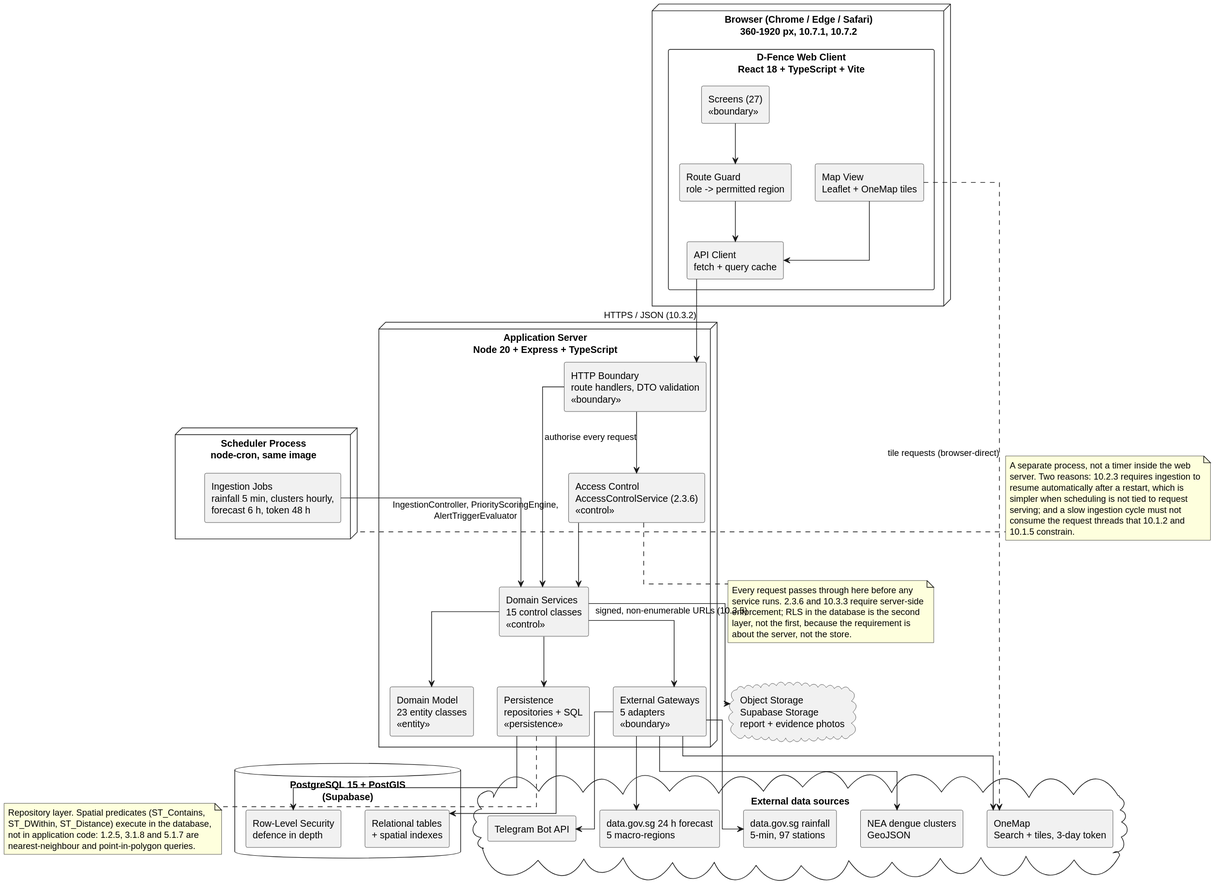
This is lab3/D-Fence-Architecture.svg from whyk47/D-Fence, a PlantUML export, as it was before one commit. The source it was exported from:
```plantuml
@startuml

skinparam shadowing false
skinparam componentStyle rectangle
skinparam linetype ortho

node "Browser (Chrome / Edge / Safari)\n360-1920 px, 10.7.1, 10.7.2" as Browser {
  component "D-Fence Web Client\nReact 18 + TypeScript + Vite" as Client {
    component "Screens (27)\n<<boundary>>" as Screens
    component "Route Guard\nrole -> permitted region" as Guard
    component "API Client\nfetch + query cache" as ApiClient
    component "Map View\nLeaflet + OneMap tiles" as MapView
  }
}

node "Application Server\nNode 20 + Express + TypeScript" as AppServer {
  component "HTTP Boundary\nroute handlers, DTO validation\n<<boundary>>" as Routes
  component "Access Control\nAccessControlService (2.3.6)\n<<control>>" as AC
  component "Domain Services\n15 control classes\n<<control>>" as Services
  component "Domain Model\n23 entity classes\n<<entity>>" as Domain
  component "Persistence\nrepositories + SQL\n<<persistence>>" as Persistence
  component "External Gateways\n5 adapters\n<<boundary>>" as Gateways
}

node "Scheduler Process\nnode-cron, same image" as Scheduler {
  component "Ingestion Jobs\nrainfall 5 min, clusters hourly,\nforecast 6 h, token 48 h" as Jobs
}

database "PostgreSQL 15 + PostGIS\n(Supabase)" as DB {
  component "Relational tables\n+ spatial indexes" as Tables
  component "Row-Level Security\ndefence in depth" as RLS
}

cloud "Object Storage\nSupabase Storage\nreport + evidence photos" as Storage

cloud "External data sources" as External {
  component "NEA dengue clusters\nGeoJSON" as NEA
  component "data.gov.sg rainfall\n5-min, 97 stations" as Rain
  component "data.gov.sg 24 h forecast\n5 macro-regions" as Forecast
  component "OneMap\nSearch + tiles, 3-day token" as OneMap
  component "Telegram Bot API" as Telegram
}

Screens --> Guard
Guard --> ApiClient
MapView --> ApiClient
ApiClient --> Routes : HTTPS / JSON (10.3.2)
MapView ..> OneMap : tile requests (browser-direct)

Routes --> AC : authorise every request
AC --> Services
Routes --> Services
Services --> Domain
Services --> Persistence
Persistence --> Tables
Persistence --> RLS
Services --> Gateways
Services --> Storage : signed, non-enumerable URLs (10.3.5)

Jobs --> Services : IngestionController, PriorityScoringEngine,\nAlertTriggerEvaluator
Gateways --> NEA
Gateways --> Rain
Gateways --> Forecast
Gateways --> OneMap
Gateways --> Telegram

note right of Scheduler
  A separate process, not a timer inside the web
  server. Two reasons: 10.2.3 requires ingestion to
  resume automatically after a restart, which is
  simpler when scheduling is not tied to request
  serving; and a slow ingestion cycle must not
  consume the request threads that 10.1.2 and
  10.1.5 constrain.
end note

note bottom of AC
  Every request passes through here before any
  service runs. 2.3.6 and 10.3.3 require server-side
  enforcement; RLS in the database is the second
  layer, not the first, because the requirement is
  about the server, not the store.
end note

note bottom of Persistence
  Repository layer. Spatial predicates (ST_Contains,
  ST_DWithin, ST_Distance) execute in the database,
  not in application code: 1.2.5, 3.1.8 and 5.1.7 are
  nearest-neighbour and point-in-polygon queries.
end note
@enduml
```
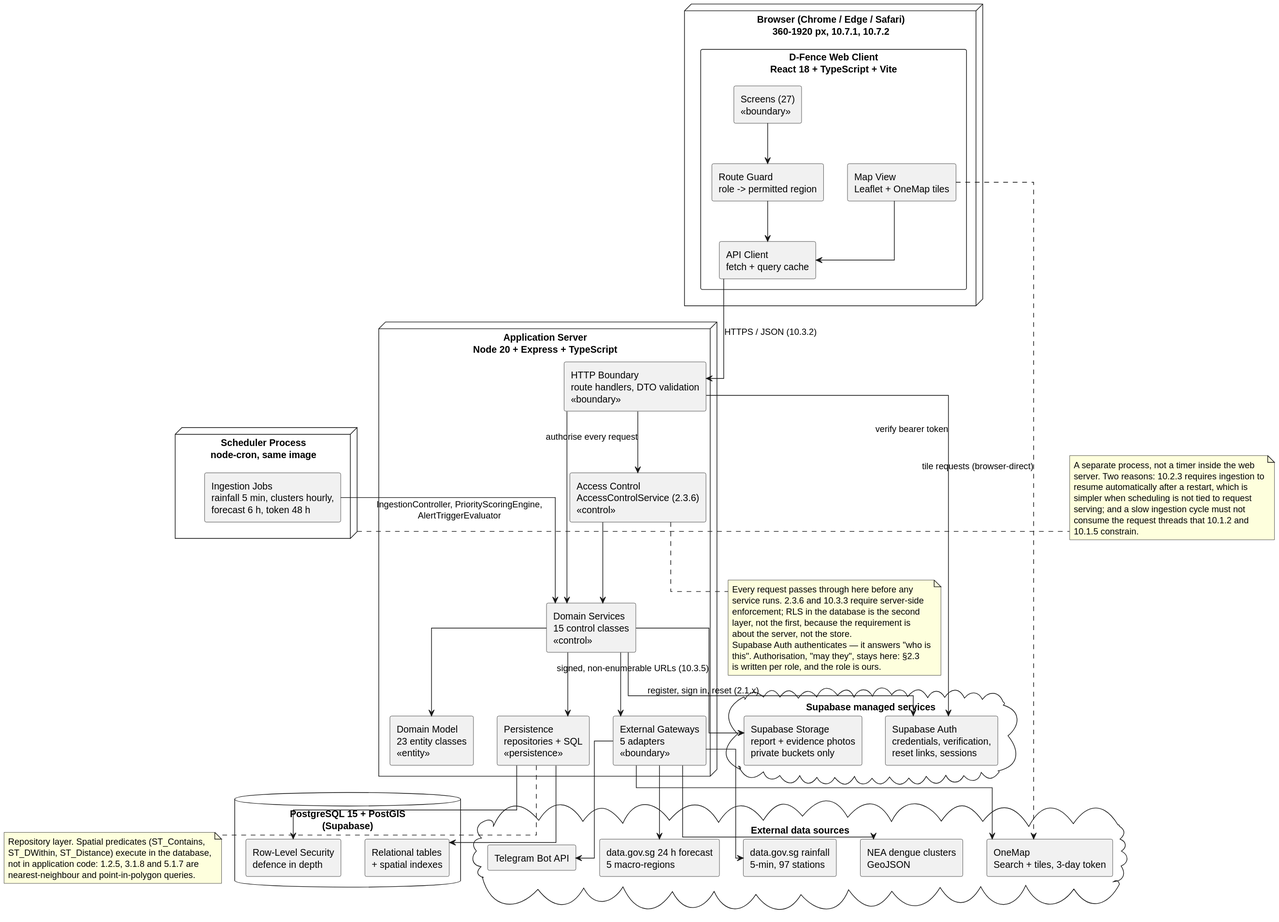
After the change.

Change to the diagram source:
```diff
@@ -31,7 +31,10 @@
   component "Row-Level Security\ndefence in depth" as RLS
 }
 
-cloud "Object Storage\nSupabase Storage\nreport + evidence photos" as Storage
+cloud "Supabase managed services" as SupaCloud {
+  component "Supabase Auth\ncredentials, verification,\nreset links, sessions" as SupaAuth
+  component "Supabase Storage\nreport + evidence photos\nprivate buckets only" as Storage
+}
 
 cloud "External data sources" as External {
   component "NEA dengue clusters\nGeoJSON" as NEA
@@ -56,6 +59,8 @@
 Persistence --> RLS
 Services --> Gateways
 Services --> Storage : signed, non-enumerable URLs (10.3.5)
+Services --> SupaAuth : register, sign in, reset (2.1.x)
+Routes --> SupaAuth : verify bearer token
 
 Jobs --> Services : IngestionController, PriorityScoringEngine,\nAlertTriggerEvaluator
 Gateways --> NEA
@@ -80,6 +85,9 @@
   enforcement; RLS in the database is the second
   layer, not the first, because the requirement is
   about the server, not the store.
+  Supabase Auth authenticates — it answers "who is
+  this". Authorisation, "may they", stays here: §2.3
+  is written per role, and the role is ours.
 end note
 
 note bottom of Persistence
```
